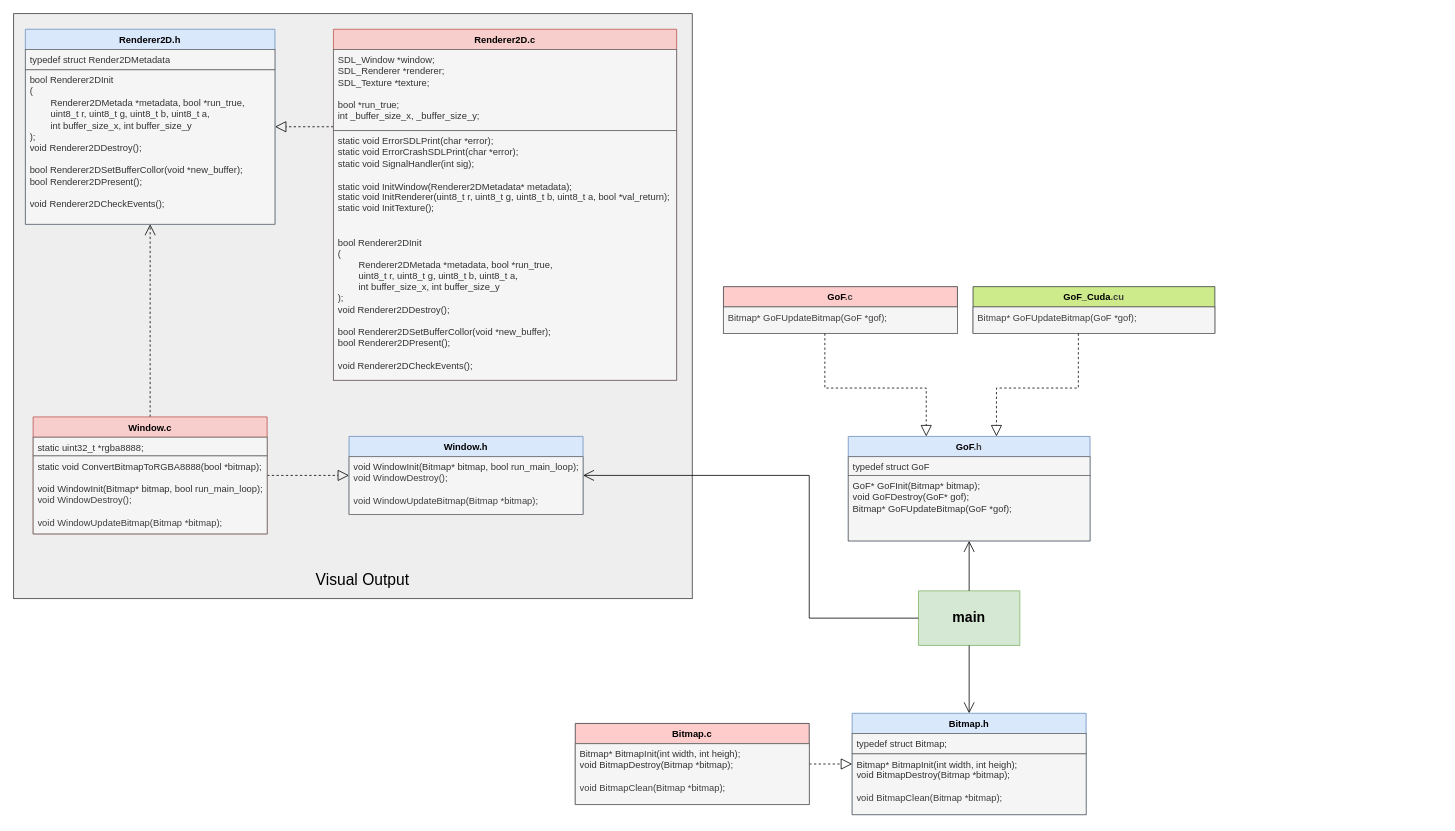
The draw.io diagram GameOfLife.drawio in OGecgo/ConwayGameOfLife_GPU_Acceleration, before the edit. Source tidied: cells renumbered, new cells numbered last; positions are measured from the earlier drawing's top-left corner, leaving out a move shared by most shapes. Both pictures are drawn from the tidied source at 78%, with x=0, y=0 at pixel (13, 13).
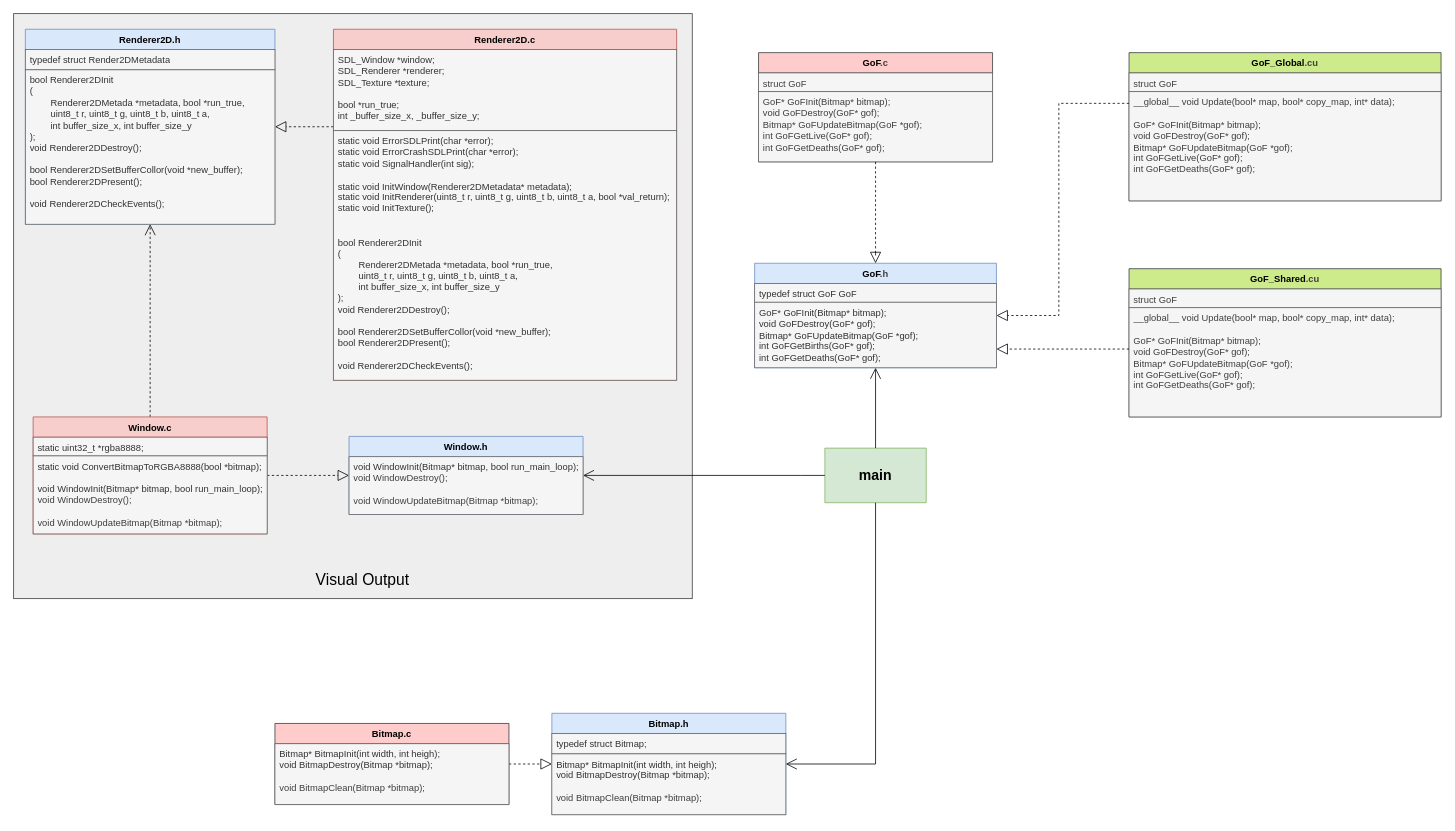
Above is the later version.

Commit message (it also covers changes not shown here):
first version gof global

The change refers to these unchanged cells:
```xml
<mxCell id="15" value="Window.h" style="swimlane;fontStyle=1;align=center;verticalAlign=top;horizontal=1;startSize=26;whiteSpace=wrap;html=1;fillColor=#dae8fc;strokeColor=#6c8ebf;" parent="1" vertex="1">
  <mxGeometry x="430" y="542" width="300" height="100" as="geometry" />
</mxCell>
```

Change to the diagram source:
```diff
@@
     <mxCell id="17" value="&lt;div&gt;GoF&lt;span style=&quot;color: rgb(63, 63, 63); background-color: transparent;&quot;&gt;.c&lt;/span&gt;&lt;/div&gt;" style="swimlane;fontStyle=1;align=center;verticalAlign=top;horizontal=1;startSize=26;whiteSpace=wrap;html=1;fillColor=#ffcccc;strokeColor=#36393d;" parent="1" vertex="1">
-      <mxGeometry x="910" y="350" width="300" height="60" as="geometry" />
+      <mxGeometry x="955" y="50" width="300" height="140" as="geometry" />
     </mxCell>
+    <mxCell id="37" value="&lt;span style=&quot;color: rgb(63, 63, 63);&quot;&gt;struct GoF&lt;/span&gt;" style="text;strokeColor=#666666;fillColor=#f5f5f5;align=left;verticalAlign=top;spacingLeft=4;spacingRight=4;overflow=hidden;whiteSpace=wrap;html=1;fontColor=#333333;fontFamily=Helvetica;fontSize=12;" parent="17" vertex="1">
+      <mxGeometry y="26" width="300" height="24" as="geometry" />
+    </mxCell>
-    <mxCell id="18" value="&lt;span style=&quot;color: rgb(63, 63, 63);&quot;&gt;Bitmap* GoFUpdateBitmap(GoF *gof);&lt;/span&gt;" style="text;strokeColor=#666666;fillColor=#f5f5f5;align=left;verticalAlign=top;spacingLeft=4;spacingRight=4;overflow=hidden;whiteSpace=wrap;html=1;fontColor=#333333;" parent="17" vertex="1">
-      <mxGeometry y="26" width="300" height="34" as="geometry" />
+    <mxCell id="18" value="&lt;div style=&quot;color: rgb(63, 63, 63); scrollbar-color: rgb(226, 226, 226) rgb(251, 251, 251);&quot;&gt;&lt;span style=&quot;color: rgb(63, 63, 63); scrollbar-color: rgb(226, 226, 226) rgb(251, 251, 251); background-color: transparent;&quot;&gt;GoF* GoFInit(Bitmap* bitmap);&lt;/span&gt;&lt;/div&gt;&lt;div style=&quot;color: rgb(63, 63, 63); scrollbar-color: rgb(226, 226, 226) rgb(251, 251, 251);&quot;&gt;&lt;span style=&quot;color: rgb(63, 63, 63); scrollbar-color: rgb(226, 226, 226) rgb(251, 251, 251); background-color: transparent;&quot;&gt;void GoFDestroy(GoF* gof);&lt;/span&gt;&lt;/div&gt;&lt;div style=&quot;color: rgb(63, 63, 63); scrollbar-color: rgb(226, 226, 226) rgb(251, 251, 251);&quot;&gt;&lt;span style=&quot;color: rgb(63, 63, 63); scrollbar-color: rgb(226, 226, 226) rgb(251, 251, 251); background-color: transparent;&quot;&gt;Bitmap* GoFUpdateBitmap(GoF *gof);&lt;/span&gt;&lt;/div&gt;&lt;div style=&quot;color: rgb(63, 63, 63); scrollbar-color: rgb(226, 226, 226) rgb(251, 251, 251);&quot;&gt;&lt;span style=&quot;color: rgb(63, 63, 63); scrollbar-color: rgb(226, 226, 226) rgb(251, 251, 251); background-color: transparent;&quot;&gt;int GoFGetLive(GoF* gof);&lt;/span&gt;&lt;/div&gt;&lt;div style=&quot;color: rgb(63, 63, 63); scrollbar-color: rgb(226, 226, 226) rgb(251, 251, 251);&quot;&gt;&lt;span style=&quot;color: rgb(63, 63, 63); scrollbar-color: rgb(226, 226, 226) rgb(251, 251, 251); background-color: transparent;&quot;&gt;int GoFGetDeaths(GoF* gof);&lt;/span&gt;&lt;/div&gt;" style="text;strokeColor=#666666;fillColor=#f5f5f5;align=left;verticalAlign=top;spacingLeft=4;spacingRight=4;overflow=hidden;whiteSpace=wrap;html=1;fontColor=#333333;fontFamily=Helvetica;fontSize=12;" parent="17" vertex="1">
+      <mxGeometry y="50" width="300" height="90" as="geometry" />
     </mxCell>
     <mxCell id="19" value="&lt;div&gt;GoF&lt;span style=&quot;color: rgb(63, 63, 63); background-color: transparent;&quot;&gt;.h&lt;/span&gt;&lt;/div&gt;" style="swimlane;fontStyle=1;align=center;verticalAlign=top;horizontal=1;startSize=26;whiteSpace=wrap;html=1;fillColor=#dae8fc;strokeColor=#6c8ebf;" parent="1" vertex="1">
-      <mxGeometry x="1070" y="542" width="310" height="134" as="geometry" />
+      <mxGeometry x="950" y="320" width="310" height="134" as="geometry" />
     </mxCell>
-    <mxCell id="20" value="&lt;div&gt;&lt;span style=&quot;background-color: transparent;&quot;&gt;typedef struct GoF&lt;/span&gt;&lt;/div&gt;" style="text;strokeColor=#666666;fillColor=#f5f5f5;align=left;verticalAlign=top;spacingLeft=4;spacingRight=4;overflow=hidden;whiteSpace=wrap;html=1;fontColor=#333333;" parent="19" vertex="1">
+    <mxCell id="20" value="&lt;div&gt;&lt;span style=&quot;background-color: transparent;&quot;&gt;typedef struct GoF GoF&lt;/span&gt;&lt;/div&gt;" style="text;strokeColor=#666666;fillColor=#f5f5f5;align=left;verticalAlign=top;spacingLeft=4;spacingRight=4;overflow=hidden;whiteSpace=wrap;html=1;fontColor=#333333;" parent="19" vertex="1">
       <mxGeometry y="26" width="310" height="24" as="geometry" />
     </mxCell>
-    <mxCell id="21" value="&lt;div&gt;&lt;span style=&quot;background-color: transparent;&quot;&gt;GoF* GoFInit(Bitmap* bitmap);&lt;/span&gt;&lt;/div&gt;&lt;div&gt;&lt;span style=&quot;background-color: transparent;&quot;&gt;void GoFDestroy(GoF* gof);&lt;/span&gt;&lt;/div&gt;&lt;div&gt;&lt;span style=&quot;background-color: transparent;&quot;&gt;Bitmap* GoFUpdateBitmap(GoF *gof);&lt;/span&gt;&lt;/div&gt;&lt;div&gt;&lt;span style=&quot;background-color: transparent;&quot;&gt;&lt;br&gt;&lt;/span&gt;&lt;/div&gt;" style="text;strokeColor=#666666;fillColor=#f5f5f5;align=left;verticalAlign=top;spacingLeft=4;spacingRight=4;overflow=hidden;whiteSpace=wrap;html=1;fontColor=#333333;" parent="19" vertex="1">
+    <mxCell id="21" value="&lt;div&gt;&lt;span style=&quot;background-color: transparent;&quot;&gt;GoF* GoFInit(Bitmap* bitmap);&lt;/span&gt;&lt;/div&gt;&lt;div&gt;&lt;span style=&quot;background-color: transparent;&quot;&gt;void GoFDestroy(GoF* gof);&lt;/span&gt;&lt;/div&gt;&lt;div&gt;&lt;span style=&quot;background-color: transparent;&quot;&gt;Bitmap* GoFUpdateBitmap(GoF *gof);&lt;/span&gt;&lt;/div&gt;&lt;div&gt;&lt;span style=&quot;background-color: transparent;&quot;&gt;int GoFGetBirths(GoF* gof);&lt;/span&gt;&lt;/div&gt;&lt;div&gt;&lt;span style=&quot;background-color: transparent;&quot;&gt;int GoFGetDeaths(GoF* gof);&lt;/span&gt;&lt;/div&gt;" style="text;strokeColor=#666666;fillColor=#f5f5f5;align=left;verticalAlign=top;spacingLeft=4;spacingRight=4;overflow=hidden;whiteSpace=wrap;html=1;fontColor=#333333;" parent="19" vertex="1">
       <mxGeometry y="50" width="310" height="84" as="geometry" />
     </mxCell>
-    <mxCell id="22" style="edgeStyle=orthogonalEdgeStyle;rounded=0;jettySize=auto;html=1;endSize=12;endArrow=block;endFill=0;dashed=1;" parent="1" edge="1" source="17" target="19">
-      <mxGeometry relative="1" as="geometry">
-        <Array as="points">
-          <mxPoint x="1040" y="480" />
-          <mxPoint x="1170" y="480" />
-        </Array>
-      </mxGeometry>
-    </mxCell>
     <mxCell id="23" value="&lt;div&gt;&lt;font style=&quot;font-size: 18px;&quot;&gt;main&lt;/font&gt;&lt;/div&gt;" style="swimlane;fontStyle=1;align=center;verticalAlign=middle;horizontal=1;startSize=80;whiteSpace=wrap;html=1;fillColor=#d5e8d4;strokeColor=#82b366;fixedWidth=0;" parent="1" vertex="1">
-      <mxGeometry x="1160" y="740" width="130" height="70" as="geometry" />
+      <mxGeometry x="1040" y="557" width="130" height="70" as="geometry" />
     </mxCell>
     <mxCell id="24" style="edgeStyle=orthogonalEdgeStyle;rounded=0;jettySize=auto;html=1;endArrow=open;endFill=0;endSize=12;" parent="1" edge="1" source="23" target="15">
       <mxGeometry relative="1" as="geometry">
         <Array as="points">
-          <mxPoint x="1020" y="775" />
-          <mxPoint x="1020" y="592" />
+          <mxPoint x="1010" y="592" />
+          <mxPoint x="1010" y="592" />
         </Array>
       </mxGeometry>
     </mxCell>
     <mxCell id="25" value="Bitmap.h" style="swimlane;fontStyle=1;align=center;verticalAlign=top;horizontal=1;startSize=26;whiteSpace=wrap;html=1;fillColor=#dae8fc;strokeColor=#6c8ebf;" parent="1" vertex="1">
-      <mxGeometry x="1075" y="897" width="300" height="130" as="geometry" />
+      <mxGeometry x="690" y="897" width="300" height="130" as="geometry" />
     </mxCell>
@@
     <mxCell id="28" style="edgeStyle=orthogonalEdgeStyle;rounded=0;jettySize=auto;html=1;endArrow=open;endFill=0;endSize=12;" parent="1" edge="1" source="23" target="25">
-      <mxGeometry relative="1" as="geometry" />
+      <mxGeometry relative="1" as="geometry">
+        <Array as="points">
+          <mxPoint x="1105" y="962" />
+        </Array>
+      </mxGeometry>
     </mxCell>
@@
-    <mxCell id="31" value="&lt;div&gt;GoF_Cuda&lt;span style=&quot;color: rgb(63, 63, 63); background-color: transparent;&quot;&gt;.cu&lt;/span&gt;&lt;/div&gt;" style="swimlane;fontStyle=1;align=center;verticalAlign=top;horizontal=1;startSize=26;whiteSpace=wrap;html=1;fillColor=#cdeb8b;strokeColor=#36393d;" parent="1" vertex="1">
-      <mxGeometry x="1230" y="350" width="310" height="60" as="geometry" />
-    </mxCell>
-    <mxCell id="32" value="&lt;span style=&quot;color: rgb(63, 63, 63);&quot;&gt;Bitmap* GoFUpdateBitmap(GoF *gof);&lt;/span&gt;" style="text;strokeColor=#666666;fillColor=#f5f5f5;align=left;verticalAlign=top;spacingLeft=4;spacingRight=4;overflow=hidden;whiteSpace=wrap;html=1;fontColor=#333333;" parent="31" vertex="1">
-      <mxGeometry y="26" width="310" height="34" as="geometry" />
-    </mxCell>
-    <mxCell id="33" style="edgeStyle=orthogonalEdgeStyle;rounded=0;jettySize=auto;html=1;endSize=12;endArrow=block;endFill=0;dashed=1;" parent="1" edge="1" source="31" target="19">
+    <mxCell id="33" style="edgeStyle=orthogonalEdgeStyle;rounded=0;jettySize=auto;html=1;endSize=12;endArrow=block;endFill=0;dashed=1;" parent="1" edge="1" source="17" target="19">
       <mxGeometry relative="1" as="geometry">
         <Array as="points">
-          <mxPoint x="1365" y="480" />
-          <mxPoint x="1260" y="480" />
+          <mxPoint x="1105" y="310" />
+          <mxPoint x="1105" y="310" />
         </Array>
       </mxGeometry>
     </mxCell>
@@
     <mxCell id="35" value="Bitmap.c" style="swimlane;fontStyle=1;align=center;verticalAlign=top;horizontal=1;startSize=26;whiteSpace=wrap;html=1;fillColor=#ffcccc;strokeColor=#36393d;" parent="1" vertex="1">
-      <mxGeometry x="720" y="910" width="300" height="104" as="geometry" />
+      <mxGeometry x="335" y="910" width="300" height="104" as="geometry" />
     </mxCell>
@@
+    <mxCell id="38" value="&lt;div&gt;GoF_Global&lt;span style=&quot;color: rgb(63, 63, 63); background-color: transparent;&quot;&gt;.cu&lt;/span&gt;&lt;/div&gt;" style="swimlane;fontStyle=1;align=center;verticalAlign=top;horizontal=1;startSize=26;whiteSpace=wrap;html=1;fillColor=#cdeb8b;strokeColor=#36393d;" parent="1" vertex="1">
+      <mxGeometry x="1430" y="50" width="400" height="190" as="geometry" />
+    </mxCell>
+    <mxCell id="39" value="&lt;span style=&quot;color: rgb(63, 63, 63);&quot;&gt;struct GoF&lt;/span&gt;" style="text;strokeColor=#666666;fillColor=#f5f5f5;align=left;verticalAlign=top;spacingLeft=4;spacingRight=4;overflow=hidden;whiteSpace=wrap;html=1;fontColor=#333333;fontFamily=Helvetica;fontSize=12;" parent="38" vertex="1">
+      <mxGeometry y="26" width="400" height="24" as="geometry" />
+    </mxCell>
+    <mxCell id="40" value="&lt;div style=&quot;color: rgb(63, 63, 63); scrollbar-color: rgb(226, 226, 226) rgb(251, 251, 251);&quot;&gt;&lt;span style=&quot;color: rgb(63, 63, 63); scrollbar-color: rgb(226, 226, 226) rgb(251, 251, 251); background-color: transparent;&quot;&gt;__global__ void Update(bool* map, bool* copy_map, int* data);&lt;/span&gt;&lt;/div&gt;&lt;div style=&quot;color: rgb(63, 63, 63); scrollbar-color: rgb(226, 226, 226) rgb(251, 251, 251);&quot;&gt;&lt;span style=&quot;color: rgb(63, 63, 63); scrollbar-color: rgb(226, 226, 226) rgb(251, 251, 251); background-color: transparent;&quot;&gt;&lt;br&gt;&lt;/span&gt;&lt;/div&gt;&lt;div style=&quot;color: rgb(63, 63, 63); scrollbar-color: rgb(226, 226, 226) rgb(251, 251, 251);&quot;&gt;&lt;span style=&quot;color: rgb(63, 63, 63); scrollbar-color: rgb(226, 226, 226) rgb(251, 251, 251); background-color: transparent;&quot;&gt;GoF* GoFInit(Bitmap* bitmap);&lt;/span&gt;&lt;/div&gt;&lt;div style=&quot;color: rgb(63, 63, 63); scrollbar-color: rgb(226, 226, 226) rgb(251, 251, 251);&quot;&gt;&lt;span style=&quot;color: rgb(63, 63, 63); scrollbar-color: rgb(226, 226, 226) rgb(251, 251, 251); background-color: transparent;&quot;&gt;void GoFDestroy(GoF* gof);&lt;/span&gt;&lt;/div&gt;&lt;div style=&quot;color: rgb(63, 63, 63); scrollbar-color: rgb(226, 226, 226) rgb(251, 251, 251);&quot;&gt;&lt;span style=&quot;color: rgb(63, 63, 63); scrollbar-color: rgb(226, 226, 226) rgb(251, 251, 251); background-color: transparent;&quot;&gt;Bitmap* GoFUpdateBitmap(GoF *gof);&lt;/span&gt;&lt;/div&gt;&lt;div style=&quot;color: rgb(63, 63, 63); scrollbar-color: rgb(226, 226, 226) rgb(251, 251, 251);&quot;&gt;&lt;span style=&quot;color: rgb(63, 63, 63); scrollbar-color: rgb(226, 226, 226) rgb(251, 251, 251); background-color: transparent;&quot;&gt;int GoFGetLive(GoF* gof);&lt;/span&gt;&lt;/div&gt;&lt;div style=&quot;color: rgb(63, 63, 63); scrollbar-color: rgb(226, 226, 226) rgb(251, 251, 251);&quot;&gt;&lt;span style=&quot;color: rgb(63, 63, 63); scrollbar-color: rgb(226, 226, 226) rgb(251, 251, 251); background-color: transparent;&quot;&gt;int GoFGetDeaths(GoF* gof);&lt;/span&gt;&lt;/div&gt;" style="text;strokeColor=#666666;fillColor=#f5f5f5;align=left;verticalAlign=top;spacingLeft=4;spacingRight=4;overflow=hidden;whiteSpace=wrap;html=1;fontColor=#333333;fontFamily=Helvetica;fontSize=12;" parent="38" vertex="1">
+      <mxGeometry y="50" width="400" height="140" as="geometry" />
+    </mxCell>
+    <mxCell id="41" value="&lt;div&gt;GoF_Shared&lt;span style=&quot;color: rgb(63, 63, 63); background-color: transparent;&quot;&gt;.cu&lt;/span&gt;&lt;/div&gt;" style="swimlane;fontStyle=1;align=center;verticalAlign=top;horizontal=1;startSize=26;whiteSpace=wrap;html=1;fillColor=#cdeb8b;strokeColor=#36393d;" parent="1" vertex="1">
+      <mxGeometry x="1430" y="327" width="400" height="190" as="geometry" />
+    </mxCell>
+    <mxCell id="42" value="&lt;span style=&quot;color: rgb(63, 63, 63);&quot;&gt;struct GoF&lt;/span&gt;" style="text;strokeColor=#666666;fillColor=#f5f5f5;align=left;verticalAlign=top;spacingLeft=4;spacingRight=4;overflow=hidden;whiteSpace=wrap;html=1;fontColor=#333333;fontFamily=Helvetica;fontSize=12;" parent="41" vertex="1">
+      <mxGeometry y="26" width="400" height="24" as="geometry" />
+    </mxCell>
+    <mxCell id="43" value="&lt;div style=&quot;color: rgb(63, 63, 63); scrollbar-color: rgb(226, 226, 226) rgb(251, 251, 251);&quot;&gt;&lt;span style=&quot;color: rgb(63, 63, 63); scrollbar-color: rgb(226, 226, 226) rgb(251, 251, 251); background-color: transparent;&quot;&gt;__global__ void Update(bool* map, bool* copy_map, int* data);&lt;/span&gt;&lt;/div&gt;&lt;div style=&quot;color: rgb(63, 63, 63); scrollbar-color: rgb(226, 226, 226) rgb(251, 251, 251);&quot;&gt;&lt;span style=&quot;color: rgb(63, 63, 63); scrollbar-color: rgb(226, 226, 226) rgb(251, 251, 251); background-color: transparent;&quot;&gt;&lt;br&gt;&lt;/span&gt;&lt;/div&gt;&lt;div style=&quot;color: rgb(63, 63, 63); scrollbar-color: rgb(226, 226, 226) rgb(251, 251, 251);&quot;&gt;&lt;span style=&quot;color: rgb(63, 63, 63); scrollbar-color: rgb(226, 226, 226) rgb(251, 251, 251); background-color: transparent;&quot;&gt;GoF* GoFInit(Bitmap* bitmap);&lt;/span&gt;&lt;/div&gt;&lt;div style=&quot;color: rgb(63, 63, 63); scrollbar-color: rgb(226, 226, 226) rgb(251, 251, 251);&quot;&gt;&lt;span style=&quot;color: rgb(63, 63, 63); scrollbar-color: rgb(226, 226, 226) rgb(251, 251, 251); background-color: transparent;&quot;&gt;void GoFDestroy(GoF* gof);&lt;/span&gt;&lt;/div&gt;&lt;div style=&quot;color: rgb(63, 63, 63); scrollbar-color: rgb(226, 226, 226) rgb(251, 251, 251);&quot;&gt;&lt;span style=&quot;color: rgb(63, 63, 63); scrollbar-color: rgb(226, 226, 226) rgb(251, 251, 251); background-color: transparent;&quot;&gt;Bitmap* GoFUpdateBitmap(GoF *gof);&lt;/span&gt;&lt;/div&gt;&lt;div style=&quot;color: rgb(63, 63, 63); scrollbar-color: rgb(226, 226, 226) rgb(251, 251, 251);&quot;&gt;&lt;span style=&quot;color: rgb(63, 63, 63); scrollbar-color: rgb(226, 226, 226) rgb(251, 251, 251); background-color: transparent;&quot;&gt;int GoFGetLive(GoF* gof);&lt;/span&gt;&lt;/div&gt;&lt;div style=&quot;color: rgb(63, 63, 63); scrollbar-color: rgb(226, 226, 226) rgb(251, 251, 251);&quot;&gt;&lt;span style=&quot;color: rgb(63, 63, 63); scrollbar-color: rgb(226, 226, 226) rgb(251, 251, 251); background-color: transparent;&quot;&gt;int GoFGetDeaths(GoF* gof);&lt;/span&gt;&lt;/div&gt;" style="text;strokeColor=#666666;fillColor=#f5f5f5;align=left;verticalAlign=top;spacingLeft=4;spacingRight=4;overflow=hidden;whiteSpace=wrap;html=1;fontColor=#333333;fontFamily=Helvetica;fontSize=12;" parent="41" vertex="1">
+      <mxGeometry y="50" width="400" height="140" as="geometry" />
+    </mxCell>
+    <mxCell id="44" style="edgeStyle=orthogonalEdgeStyle;rounded=0;jettySize=auto;html=1;endSize=12;endArrow=block;endFill=0;dashed=1;" parent="1" edge="1" source="38" target="19">
+      <mxGeometry relative="1" as="geometry">
+        <Array as="points">
+          <mxPoint x="1340" y="115" />
+          <mxPoint x="1340" y="387" />
+        </Array>
+      </mxGeometry>
+    </mxCell>
+    <mxCell id="45" style="edgeStyle=orthogonalEdgeStyle;rounded=0;jettySize=auto;html=1;endSize=12;endArrow=block;endFill=0;dashed=1;" parent="1" edge="1" source="41" target="19">
+      <mxGeometry relative="1" as="geometry">
+        <Array as="points">
+          <mxPoint x="1390" y="430" />
+          <mxPoint x="1390" y="430" />
+        </Array>
+      </mxGeometry>
+    </mxCell>
```
